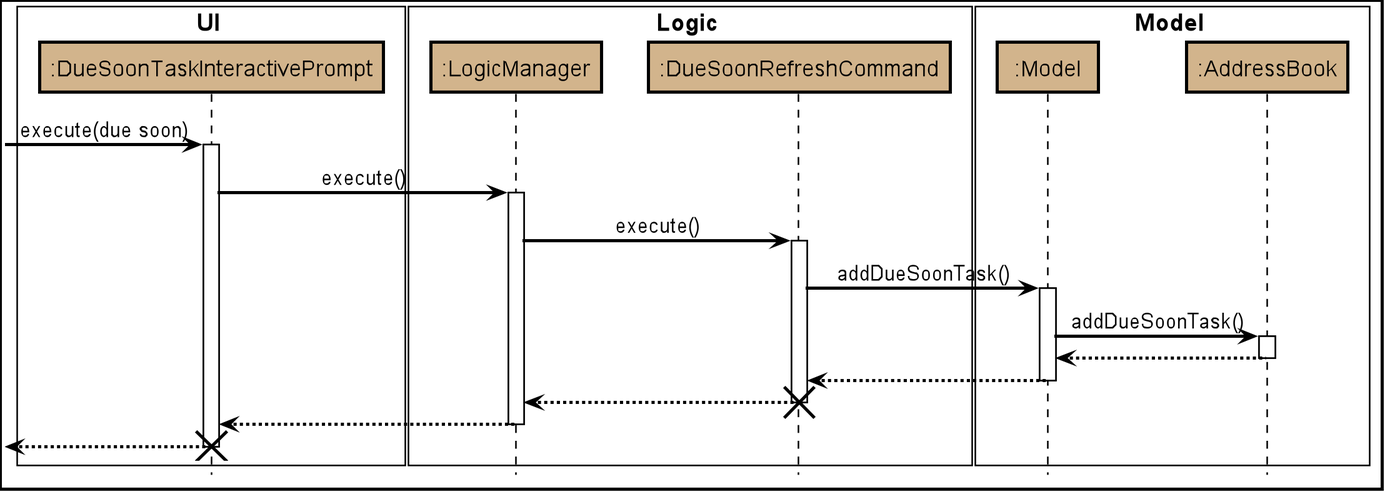
Above: images/DueSoonSequenceDiagram.png in AY1920S2-CS2103T-W16-3/main (PlantUML), before the change.
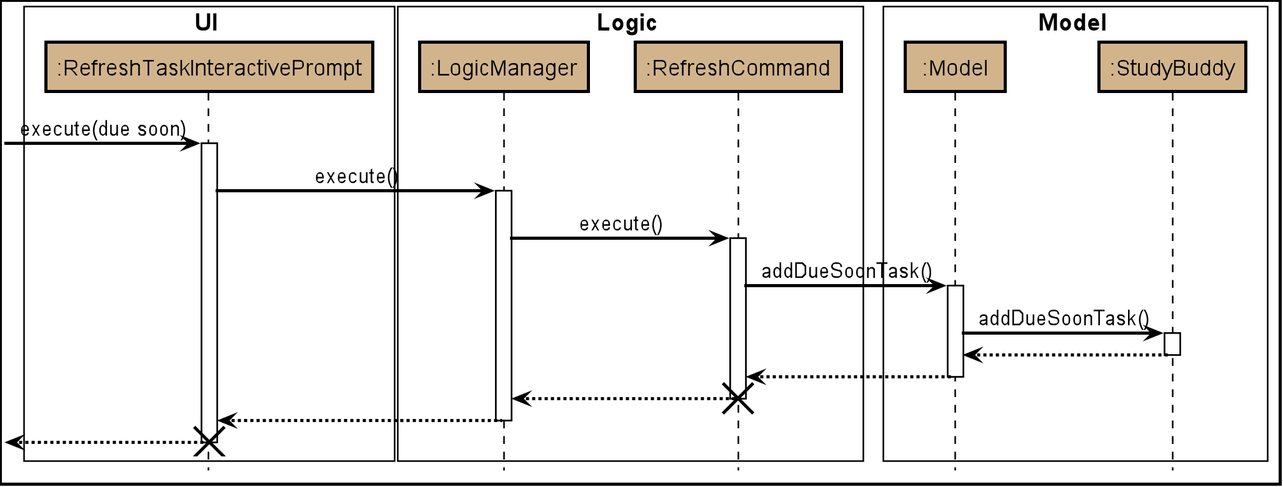
After the commit.

Change to the diagram source:
```diff
@@ -59,49 +59,49 @@
 
 
 box UI #FFFFFF
-participant ":DueSoonTaskInteractivePrompt" as DueSoonTaskInteractivePrompt #D2B48C
+participant ":RefreshTaskInteractivePrompt" as RefreshTaskInteractivePrompt #D2B48C
 end box
 
 box Logic #FFFFFF
 participant ":LogicManager" as LogicManager #D2B48C
-participant ":DueSoonRefreshCommand" as DueSoonRefreshCommand #D2B48C
+participant ":RefreshCommand" as RefreshCommand #D2B48C
 end box
 
 box Model #FFFFFF
 participant ":Model" as Model #D2B48C
-participant ":AddressBook" as AddressBook #D2B48C
+participant ":StudyBuddy" as StudyBuddy #D2B48C
 end box
 
-[-> DueSoonTaskInteractivePrompt : execute(due soon)
-activate DueSoonTaskInteractivePrompt
+[-> RefreshTaskInteractivePrompt : execute(due soon)
+activate RefreshTaskInteractivePrompt
 
-DueSoonTaskInteractivePrompt -> LogicManager : execute()
+RefreshTaskInteractivePrompt -> LogicManager : execute()
 activate LogicManager
 
-LogicManager -> DueSoonRefreshCommand : execute()
-activate DueSoonRefreshCommand
+LogicManager -> RefreshCommand : execute()
+activate RefreshCommand
 
-DueSoonRefreshCommand -> Model : addDueSoonTask()
+RefreshCommand -> Model : addDueSoonTask()
 activate Model
 
-Model -> AddressBook : addDueSoonTask()
-activate AddressBook
+Model -> StudyBuddy : addDueSoonTask()
+activate StudyBuddy
 
-AddressBook --> Model
-deactivate AddressBook
+StudyBuddy --> Model
+deactivate StudyBuddy
 
-Model --> DueSoonRefreshCommand
+Model --> RefreshCommand
 deactivate Model
 
-DueSoonRefreshCommand --> LogicManager
-deactivate DueSoonRefreshCommand
-destroy DueSoonRefreshCommand
+RefreshCommand --> LogicManager
+deactivate RefreshCommand
+destroy RefreshCommand
 
-LogicManager --> DueSoonTaskInteractivePrompt
+LogicManager --> RefreshTaskInteractivePrompt
 deactivate LogicManager
 
-[<--DueSoonTaskInteractivePrompt
-deactivate DueSoonTaskInteractivePrompt
-destroy DueSoonTaskInteractivePrompt
+[<--RefreshTaskInteractivePrompt
+deactivate RefreshTaskInteractivePrompt
+destroy RefreshTaskInteractivePrompt
 
 @enduml
```
